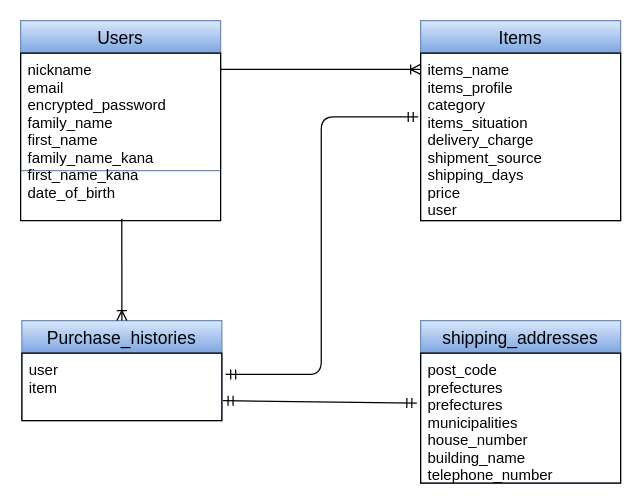
The draw.io diagram furima-37257.dio in chiharu05/furima-37257, before the edit. Source tidied: cells renumbered, new cells numbered last; positions are measured from the earlier drawing's top-left corner, leaving out a move shared by most shapes. Both pictures are drawn from the tidied source at 125%, with x=0, y=0 at pixel (20, 20).
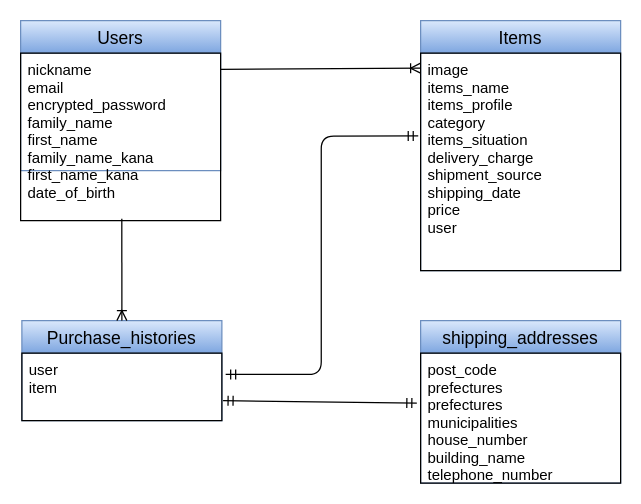
The same diagram, later.

Commit message (it also covers changes not shown here):
データベース設計の修正

Change to the diagram source:
```diff
@@
 <mxGraphModel background="#ffffff">
   <root>
     <mxCell id="0" />
     <mxCell id="1" parent="0" />
     <mxCell id="2" value="Users" style="swimlane;fontStyle=0;horizontal=1;startSize=26;align=center;fontSize=14;fillColor=#dae8fc;strokeColor=#6c8ebf;gradientColor=#7ea6e0;fontColor=#000000;" parent="1" vertex="1">
       <mxGeometry width="160" height="120" as="geometry" />
     </mxCell>
     <mxCell id="3" value="Purchase_histories" style="swimlane;fontStyle=0;horizontal=1;startSize=26;align=center;fontSize=14;fillColor=#dae8fc;strokeColor=#6c8ebf;gradientColor=#7ea6e0;fontColor=#000000;" parent="1" vertex="1">
       <mxGeometry x="1" y="240" width="160" height="80" as="geometry" />
     </mxCell>
     <mxCell id="4" value="user&#10;item" style="text;fillColor=none;spacingLeft=4;spacingRight=4;overflow=hidden;points=[[0,0.5],[1,0.5]];portConstraint=eastwest;fontSize=12;fontColor=#000000;labelBorderColor=none;strokeColor=#000000;" parent="3" vertex="1">
       <mxGeometry y="26" width="160" height="54" as="geometry" />
     </mxCell>
     <mxCell id="5" value="Items" style="swimlane;fontStyle=0;horizontal=1;startSize=26;align=center;fontSize=14;gradientColor=#7ea6e0;fillColor=#dae8fc;strokeColor=#6c8ebf;fontColor=#000000;" parent="1" vertex="1">
-      <mxGeometry x="320" width="160" height="160" as="geometry" />
+      <mxGeometry x="320" width="160" height="200" as="geometry" />
     </mxCell>
-    <mxCell id="6" value="items_name&#10;items_profile&#10;category&#10;items_situation&#10;delivery_charge&#10;shipment_source&#10;shipping_days&#10;price&#10;user" style="text;fillColor=none;spacingLeft=4;spacingRight=4;overflow=hidden;points=[[0,0.5],[1,0.5]];portConstraint=eastwest;fontSize=12;fontColor=#000000;labelBorderColor=none;strokeColor=#000000;" parent="5" vertex="1">
-      <mxGeometry y="26" width="160" height="134" as="geometry" />
+    <mxCell id="6" value="image&#10;items_name&#10;items_profile&#10;category&#10;items_situation&#10;delivery_charge&#10;shipment_source&#10;shipping_date&#10;price&#10;user" style="text;fillColor=none;spacingLeft=4;spacingRight=4;overflow=hidden;points=[[0,0.5],[1,0.5]];portConstraint=eastwest;fontSize=12;fontColor=#000000;labelBorderColor=none;strokeColor=#000000;" parent="5" vertex="1">
+      <mxGeometry y="26" width="160" height="174" as="geometry" />
     </mxCell>
     <mxCell id="7" value="shipping_addresses" style="swimlane;fontStyle=0;horizontal=1;startSize=26;align=center;fontSize=14;gradientColor=#7ea6e0;fillColor=#dae8fc;strokeColor=#6c8ebf;fontColor=#000000;" parent="1" vertex="1">
       <mxGeometry x="320" y="240" width="160" height="130" as="geometry" />
     </mxCell>
     <mxCell id="8" value="post_code&#10;prefectures&#10;prefectures&#10;municipalities&#10;house_number&#10;building_name&#10;telephone_number" style="text;fillColor=none;spacingLeft=4;spacingRight=4;overflow=hidden;points=[[0,0.5],[1,0.5]];portConstraint=eastwest;fontSize=12;fontColor=#000000;labelBorderColor=none;strokeColor=#000000;" parent="7" vertex="1">
       <mxGeometry y="26" width="160" height="104" as="geometry" />
     </mxCell>
     <mxCell id="9" style="fontSize=12;html=1;endArrow=ERoneToMany;strokeColor=#000000;entryX=0.5;entryY=0;entryDx=0;entryDy=0;exitX=0.506;exitY=0.989;exitDx=0;exitDy=0;exitPerimeter=0;" parent="1" edge="1" source="12" target="3">
       <mxGeometry relative="1" as="geometry" />
     </mxCell>
-    <mxCell id="10" style="fontSize=12;html=1;endArrow=ERoneToMany;strokeColor=#000000;exitX=1;exitY=0.097;exitDx=0;exitDy=0;exitPerimeter=0;entryX=0;entryY=0.097;entryDx=0;entryDy=0;entryPerimeter=0;" parent="1" edge="1" source="12" target="6">
+    <mxCell id="10" style="fontSize=12;html=1;endArrow=ERoneToMany;strokeColor=#000000;exitX=1;exitY=0.097;exitDx=0;exitDy=0;exitPerimeter=0;entryX=0;entryY=0.069;entryDx=0;entryDy=0;entryPerimeter=0;" parent="1" edge="1" source="12" target="6">
       <mxGeometry relative="1" as="geometry" />
     </mxCell>
     <mxCell id="11" style="fontSize=12;html=1;endArrow=ERmandOne;startArrow=ERmandOne;strokeColor=#000000;exitX=1.006;exitY=0.704;exitDx=0;exitDy=0;exitPerimeter=0;entryX=-0.019;entryY=0.385;entryDx=0;entryDy=0;entryPerimeter=0;" parent="1" edge="1" source="4" target="8">
       <mxGeometry relative="1" as="geometry" />
     </mxCell>
     <mxCell id="12" value="nickname&#10;email&#10;encrypted_password&#10;family_name&#10;first_name&#10;family_name_kana&#10;first_name_kana&#10;date_of_birth" style="text;fillColor=none;spacingLeft=4;spacingRight=4;overflow=hidden;points=[[0,0.5],[1,0.5]];portConstraint=eastwest;fontSize=12;fontColor=#000000;labelBorderColor=none;strokeColor=#000000;" parent="1" vertex="1">
       <mxGeometry y="26" width="160" height="134" as="geometry" />
     </mxCell>
     <mxCell id="13" style="edgeStyle=orthogonalEdgeStyle;fontSize=12;html=1;endArrow=ERmandOne;startArrow=ERmandOne;strokeColor=#000000;exitX=1.019;exitY=0.315;exitDx=0;exitDy=0;exitPerimeter=0;entryX=-0.012;entryY=0.381;entryDx=0;entryDy=0;entryPerimeter=0;" parent="1" edge="1" source="4" target="6">
       <mxGeometry relative="1" as="geometry" />
     </mxCell>
   </root>
 </mxGraphModel>
```
